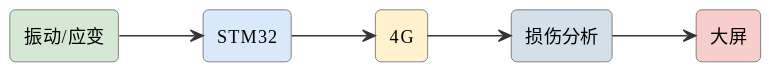
mingyi0818/IntelligentMcuCourse keeps this PlantUML diagram as assets/diagrams/ideas-fig46.svg. Above is the earlier version.
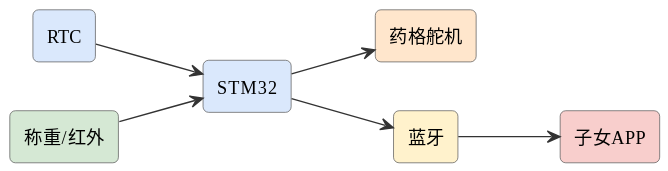
After the change.

Diff of the diagram source:
```diff
@@ -6,13 +6,15 @@
 skinparam arrowFontSize 11
 skinparam arrowColor #333
 left to right direction
-rectangle "振动/应变" as s #d5e8d4
+rectangle "RTC" as rtc #dae8fc
 rectangle "STM32" as stm #dae8fc
-rectangle "4G" as g #fff2cc
-rectangle "损伤分析" as ai #d3e0ea
-rectangle "大屏" as scr #f8cecc
-s --> stm
-stm --> g
-g --> ai
-ai --> scr
+rectangle "药格舵机" as servo #ffe6cc
+rectangle "称重/红外" as w #d5e8d4
+rectangle "蓝牙" as bt #fff2cc
+rectangle "子女APP" as app #f8cecc
+rtc --> stm
+stm --> servo
+w --> stm
+stm --> bt
+bt --> app
 @enduml
```
